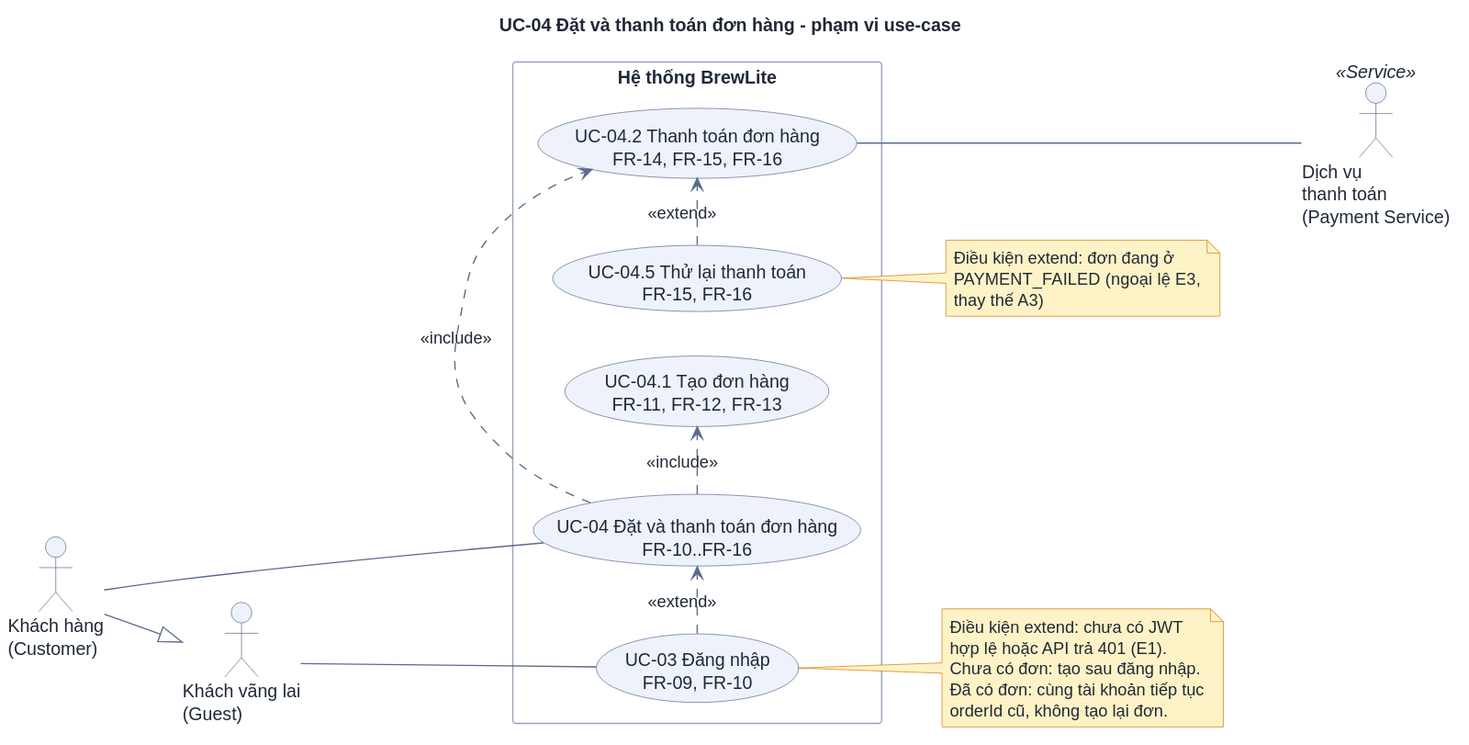
Before: docs/requirements/uc-checkout.svg, a diagram exported from PlantUML (DuVinhLoi/BrewLite).
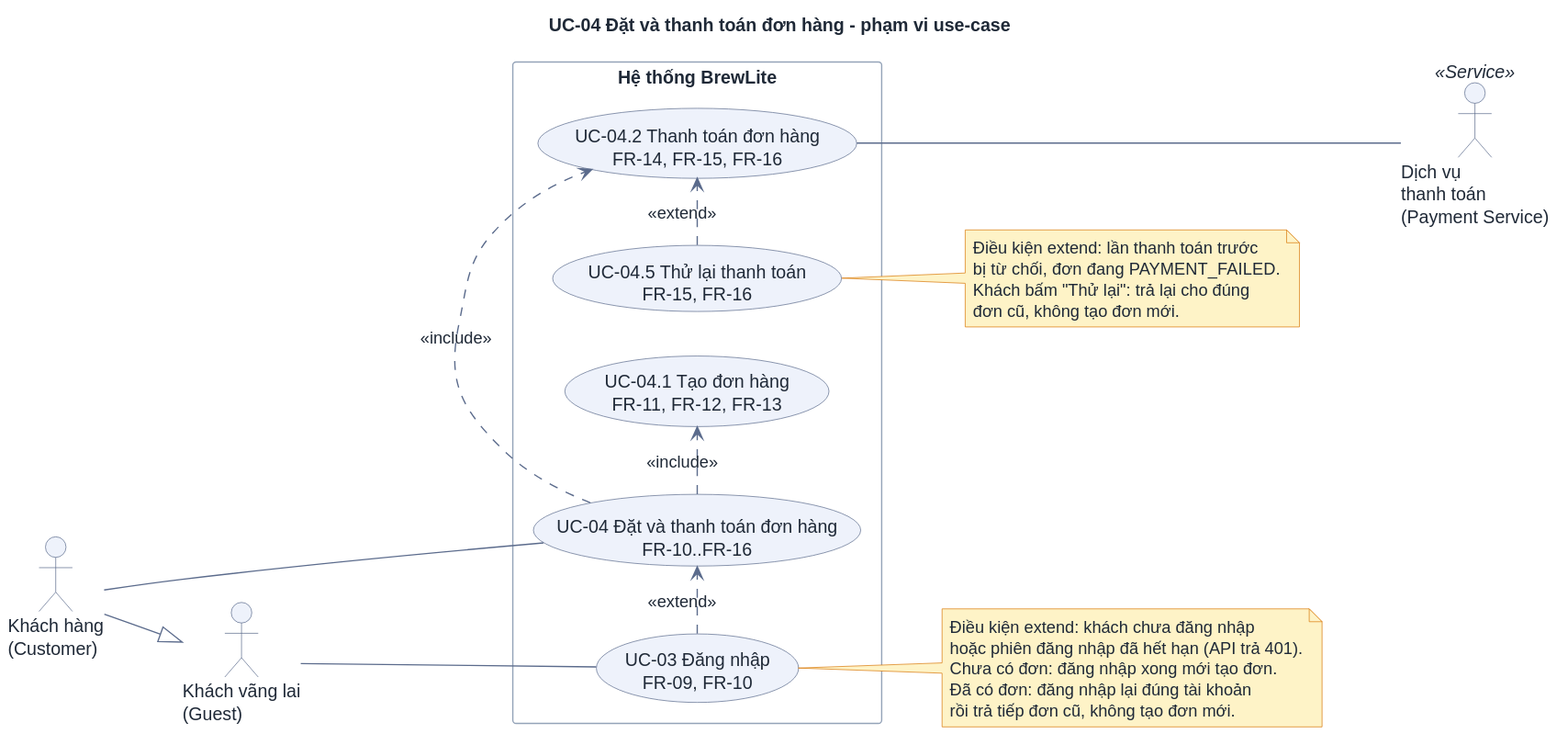
The same file after the commit.

Commit message:
docs(requirements): reword UC-04 use-case notes without flow codes

The edit, as a diff of the source:
```diff
@@ -41,16 +41,17 @@
 UC042 --- Pay
 
 note right of UC03
-  Điều kiện extend: chưa có JWT
-  hợp lệ hoặc API trả 401 (E1).
-  Chưa có đơn: tạo sau đăng nhập.
-  Đã có đơn: cùng tài khoản tiếp tục
-  orderId cũ, không tạo lại đơn.
+  Điều kiện extend: khách chưa đăng nhập
+  hoặc phiên đăng nhập đã hết hạn (API trả 401).
+  Chưa có đơn: đăng nhập xong mới tạo đơn.
+  Đã có đơn: đăng nhập lại đúng tài khoản
+  rồi trả tiếp đơn cũ, không tạo đơn mới.
 end note
 
 note right of UC045
-  Điều kiện extend: đơn đang ở
-  PAYMENT_FAILED (ngoại lệ E3,
-  thay thế A3)
+  Điều kiện extend: lần thanh toán trước
+  bị từ chối, đơn đang PAYMENT_FAILED.
+  Khách bấm "Thử lại": trả lại cho đúng
+  đơn cũ, không tạo đơn mới.
 end note
 @enduml
```
